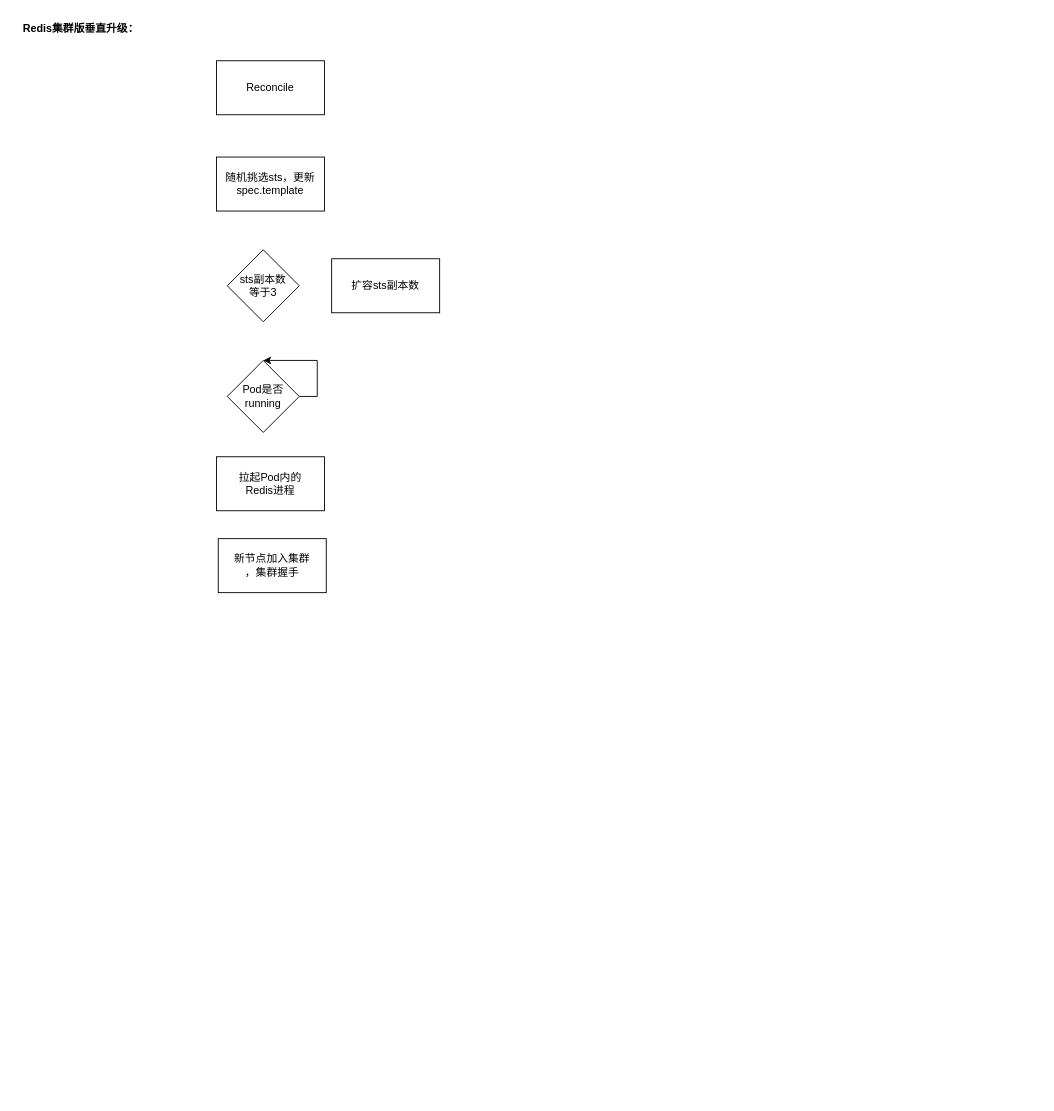
Before: diagrams/redis集群垂直升级.drawio in fengyinqiao/cloudimg, a draw.io diagram. Source tidied: cells renumbered, new cells numbered last; positions are measured from the earlier drawing's top-left corner, leaving out a move shared by most shapes. Both pictures are drawn from the tidied source at 90%, with x=0, y=0 at pixel (15, 15).
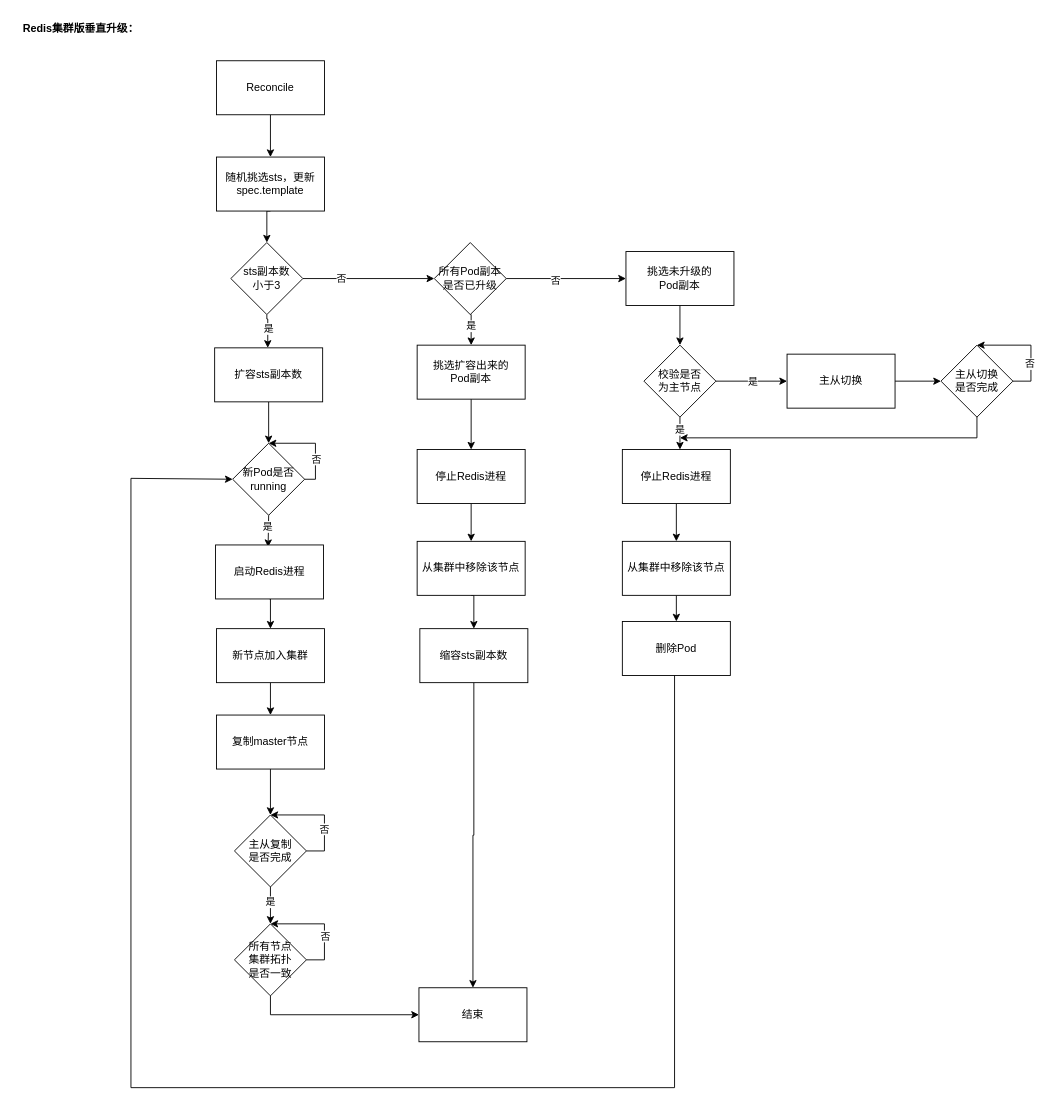
After the change.

Commit message (it also covers changes not shown here):
更新redis集群垂直升级.drawio

Unchanged cells that the change refers to:
```xml
<mxCell id="2" value="Reconcile" style="rounded=0;whiteSpace=wrap;html=1;" parent="1" vertex="1">
  <mxGeometry x="223" y="50" width="120" height="60" as="geometry" />
</mxCell>
<mxCell id="4" value="随机挑选sts，更新spec.template" style="rounded=0;whiteSpace=wrap;html=1;" parent="1" vertex="1">
  <mxGeometry x="223" y="157" width="120" height="60" as="geometry" />
</mxCell>
```

What changed in the source:
```diff
@@
+    <mxCell id="11" style="edgeStyle=orthogonalEdgeStyle;rounded=0;jettySize=auto;html=1;exitX=0.5;exitY=1;exitDx=0;exitDy=0;entryX=0.5;entryY=0;entryDx=0;entryDy=0;" parent="1" edge="1" source="2" target="4">
+      <mxGeometry relative="1" as="geometry" />
+    </mxCell>
@@
+    <mxCell id="12" style="edgeStyle=orthogonalEdgeStyle;rounded=0;jettySize=auto;html=1;exitX=0.5;exitY=1;exitDx=0;exitDy=0;entryX=0.5;entryY=0;entryDx=0;entryDy=0;" parent="1" edge="1" source="4" target="5">
+      <mxGeometry relative="1" as="geometry" />
+    </mxCell>
@@
+    <mxCell id="13" style="edgeStyle=orthogonalEdgeStyle;rounded=0;jettySize=auto;html=1;exitX=0.5;exitY=1;exitDx=0;exitDy=0;entryX=0.5;entryY=0;entryDx=0;entryDy=0;" parent="1" edge="1" source="5">
+      <mxGeometry relative="1" as="geometry">
+        <mxPoint x="280" y="369" as="targetPoint" />
+        <Array as="points">
+          <mxPoint x="279" y="337" />
+          <mxPoint x="280" y="337" />
+        </Array>
+      </mxGeometry>
+    </mxCell>
+    <mxCell id="14" value="是" style="edgeLabel;html=1;align=center;verticalAlign=middle;" parent="13" vertex="1">
+      <mxGeometry x="0.02" y="3" relative="1" as="geometry">
+        <mxPoint x="-3" y="-3" as="offset" />
+      </mxGeometry>
+    </mxCell>
+    <mxCell id="15" style="edgeStyle=orthogonalEdgeStyle;rounded=0;jettySize=auto;html=1;exitX=1;exitY=0.5;exitDx=0;exitDy=0;entryX=0;entryY=0.5;entryDx=0;entryDy=0;" parent="1" edge="1" source="5" target="27">
+      <mxGeometry relative="1" as="geometry" />
+    </mxCell>
+    <mxCell id="16" value="否" style="edgeLabel;html=1;align=center;verticalAlign=middle;" parent="15" vertex="1">
+      <mxGeometry x="-0.43" y="3" relative="1" as="geometry">
+        <mxPoint y="2" as="offset" />
+      </mxGeometry>
+    </mxCell>
-    <mxCell id="5" value="sts副本数&lt;br&gt;等于3" style="rhombus;whiteSpace=wrap;html=1;" parent="1" vertex="1">
-      <mxGeometry x="235" y="260" width="80" height="80" as="geometry" />
+    <mxCell id="5" value="sts副本数&lt;br&gt;小于3" style="rhombus;whiteSpace=wrap;html=1;" parent="1" vertex="1">
+      <mxGeometry x="239" y="252" width="80" height="80" as="geometry" />
     </mxCell>
+    <mxCell id="17" style="edgeStyle=orthogonalEdgeStyle;rounded=0;jettySize=auto;html=1;exitX=0.5;exitY=1;exitDx=0;exitDy=0;entryX=0.5;entryY=0;entryDx=0;entryDy=0;" parent="1" edge="1" source="6" target="7">
+      <mxGeometry relative="1" as="geometry" />
+    </mxCell>
     <mxCell id="6" value="扩容sts副本数" style="rounded=0;whiteSpace=wrap;html=1;" parent="1" vertex="1">
-      <mxGeometry x="351" y="270" width="120" height="60" as="geometry" />
+      <mxGeometry x="221" y="369" width="120" height="60" as="geometry" />
     </mxCell>
+    <mxCell id="18" style="edgeStyle=orthogonalEdgeStyle;rounded=0;jettySize=auto;html=1;exitX=0.5;exitY=1;exitDx=0;exitDy=0;entryX=0.428;entryY=0.04;entryDx=0;entryDy=0;entryPerimeter=0;" parent="1" edge="1" source="7">
+      <mxGeometry relative="1" as="geometry">
+        <mxPoint x="280.4" y="590.4" as="targetPoint" />
+      </mxGeometry>
+    </mxCell>
+    <mxCell id="19" value="是" style="edgeLabel;html=1;align=center;verticalAlign=middle;" parent="18" vertex="1">
+      <mxGeometry x="-0.51" y="-2" relative="1" as="geometry">
+        <mxPoint x="1" y="4" as="offset" />
+      </mxGeometry>
+    </mxCell>
-    <mxCell id="7" value="Pod是否running" style="rhombus;whiteSpace=wrap;html=1;" parent="1" vertex="1">
-      <mxGeometry x="235" y="383" width="80" height="80" as="geometry" />
+    <mxCell id="7" value="新Pod是否running" style="rhombus;whiteSpace=wrap;html=1;" parent="1" vertex="1">
+      <mxGeometry x="241" y="475" width="80" height="80" as="geometry" />
     </mxCell>
     <mxCell id="8" style="edgeStyle=orthogonalEdgeStyle;rounded=0;orthogonalLoop=1;jettySize=auto;html=1;exitX=1;exitY=0.5;exitDx=0;exitDy=0;entryX=0.5;entryY=0;entryDx=0;entryDy=0;" parent="1" edge="1" source="7" target="7">
       <mxGeometry relative="1" as="geometry">
         <Array as="points">
-          <mxPoint x="335" y="423" />
-          <mxPoint x="335" y="383" />
+          <mxPoint x="333" y="515" />
+          <mxPoint x="333" y="475" />
         </Array>
       </mxGeometry>
     </mxCell>
+    <mxCell id="20" value="否" style="edgeLabel;html=1;align=center;verticalAlign=middle;" parent="8" vertex="1">
+      <mxGeometry x="-0.33" relative="1" as="geometry" />
+    </mxCell>
+    <mxCell id="21" style="edgeStyle=orthogonalEdgeStyle;rounded=0;jettySize=auto;html=1;exitX=0.5;exitY=1;exitDx=0;exitDy=0;entryX=0.5;entryY=0;entryDx=0;entryDy=0;" parent="1" edge="1" source="9" target="10">
+      <mxGeometry relative="1" as="geometry" />
+    </mxCell>
-    <mxCell id="9" value="拉起Pod内的&lt;br&gt;Redis进程" style="rounded=0;whiteSpace=wrap;html=1;" parent="1" vertex="1">
-      <mxGeometry x="223" y="490" width="120" height="60" as="geometry" />
+    <mxCell id="9" value="启动Redis进程" style="rounded=0;whiteSpace=wrap;html=1;" parent="1" vertex="1">
+      <mxGeometry x="222" y="588" width="120" height="60" as="geometry" />
     </mxCell>
+    <mxCell id="22" style="edgeStyle=orthogonalEdgeStyle;rounded=0;jettySize=auto;html=1;exitX=0.5;exitY=1;exitDx=0;exitDy=0;entryX=0.5;entryY=0;entryDx=0;entryDy=0;" parent="1" edge="1" source="10" target="47">
+      <mxGeometry relative="1" as="geometry" />
+    </mxCell>
-    <mxCell id="10" value="新节点加入集群&lt;br&gt;，集群握手" style="rounded=0;whiteSpace=wrap;html=1;" parent="1" vertex="1">
-      <mxGeometry x="225" y="581" width="120" height="60" as="geometry" />
+    <mxCell id="10" value="新节点加入集群" style="rounded=0;whiteSpace=wrap;html=1;" parent="1" vertex="1">
+      <mxGeometry x="223" y="681" width="120" height="60" as="geometry" />
     </mxCell>
+    <mxCell id="23" style="edgeStyle=orthogonalEdgeStyle;rounded=0;jettySize=auto;html=1;exitX=0.5;exitY=1;exitDx=0;exitDy=0;entryX=0.5;entryY=0;entryDx=0;entryDy=0;" parent="1" edge="1" source="27" target="29">
+      <mxGeometry relative="1" as="geometry" />
+    </mxCell>
+    <mxCell id="24" value="是" style="edgeLabel;html=1;align=center;verticalAlign=middle;" parent="23" vertex="1">
+      <mxGeometry x="-0.51" y="2" relative="1" as="geometry">
+        <mxPoint x="-3" y="4" as="offset" />
+      </mxGeometry>
+    </mxCell>
+    <mxCell id="25" style="edgeStyle=orthogonalEdgeStyle;rounded=0;jettySize=auto;html=1;exitX=1;exitY=0.5;exitDx=0;exitDy=0;entryX=0;entryY=0.5;entryDx=0;entryDy=0;" parent="1" edge="1" source="27" target="37">
+      <mxGeometry relative="1" as="geometry" />
+    </mxCell>
+    <mxCell id="26" value="否" style="edgeLabel;html=1;align=center;verticalAlign=middle;" parent="25" vertex="1">
+      <mxGeometry x="-0.19" relative="1" as="geometry">
+        <mxPoint y="1" as="offset" />
+      </mxGeometry>
+    </mxCell>
+    <mxCell id="27" value="所有Pod副本&lt;br&gt;是否已升级" style="rhombus;whiteSpace=wrap;html=1;" parent="1" vertex="1">
+      <mxGeometry x="465" y="252" width="80" height="80" as="geometry" />
+    </mxCell>
+    <mxCell id="28" style="edgeStyle=orthogonalEdgeStyle;rounded=0;jettySize=auto;html=1;exitX=0.5;exitY=1;exitDx=0;exitDy=0;entryX=0.5;entryY=0;entryDx=0;entryDy=0;" parent="1" edge="1" source="29" target="31">
+      <mxGeometry relative="1" as="geometry" />
+    </mxCell>
+    <mxCell id="29" value="挑选扩容出来的&lt;br&gt;Pod副本" style="rounded=0;whiteSpace=wrap;html=1;" parent="1" vertex="1">
+      <mxGeometry x="446" y="366" width="120" height="60" as="geometry" />
+    </mxCell>
+    <mxCell id="30" style="edgeStyle=orthogonalEdgeStyle;rounded=0;jettySize=auto;html=1;exitX=0.5;exitY=1;exitDx=0;exitDy=0;" parent="1" edge="1" source="31" target="33">
+      <mxGeometry relative="1" as="geometry" />
+    </mxCell>
+    <mxCell id="31" value="停止Redis进程" style="rounded=0;whiteSpace=wrap;html=1;" parent="1" vertex="1">
+      <mxGeometry x="446" y="482" width="120" height="60" as="geometry" />
+    </mxCell>
+    <mxCell id="32" style="edgeStyle=orthogonalEdgeStyle;rounded=0;jettySize=auto;html=1;exitX=0.5;exitY=1;exitDx=0;exitDy=0;entryX=0.5;entryY=0;entryDx=0;entryDy=0;" parent="1" edge="1" source="33" target="35">
+      <mxGeometry relative="1" as="geometry" />
+    </mxCell>
+    <mxCell id="33" value="从集群中移除该节点" style="rounded=0;whiteSpace=wrap;html=1;" parent="1" vertex="1">
+      <mxGeometry x="446" y="584" width="120" height="60" as="geometry" />
+    </mxCell>
+    <mxCell id="34" style="edgeStyle=orthogonalEdgeStyle;rounded=0;jettySize=auto;html=1;exitX=0.5;exitY=1;exitDx=0;exitDy=0;" parent="1" edge="1" source="35" target="66">
+      <mxGeometry relative="1" as="geometry" />
+    </mxCell>
+    <mxCell id="35" value="缩容sts副本数" style="rounded=0;whiteSpace=wrap;html=1;" parent="1" vertex="1">
+      <mxGeometry x="449" y="681" width="120" height="60" as="geometry" />
+    </mxCell>
+    <mxCell id="36" style="edgeStyle=orthogonalEdgeStyle;rounded=0;jettySize=auto;html=1;exitX=0.5;exitY=1;exitDx=0;exitDy=0;entryX=0.5;entryY=0;entryDx=0;entryDy=0;" parent="1" edge="1" source="37" target="55">
+      <mxGeometry relative="1" as="geometry" />
+    </mxCell>
+    <mxCell id="37" value="挑选未升级的&lt;br&gt;Pod副本" style="rounded=0;whiteSpace=wrap;html=1;" parent="1" vertex="1">
+      <mxGeometry x="678" y="262" width="120" height="60" as="geometry" />
+    </mxCell>
+    <mxCell id="38" style="edgeStyle=orthogonalEdgeStyle;rounded=0;jettySize=auto;html=1;exitX=1;exitY=0.5;exitDx=0;exitDy=0;entryX=0;entryY=0.5;entryDx=0;entryDy=0;" parent="1" edge="1" source="39" target="59">
+      <mxGeometry relative="1" as="geometry" />
+    </mxCell>
+    <mxCell id="39" value="主从切换" style="rounded=0;whiteSpace=wrap;html=1;" parent="1" vertex="1">
+      <mxGeometry x="857" y="376" width="120" height="60" as="geometry" />
+    </mxCell>
+    <mxCell id="40" style="edgeStyle=orthogonalEdgeStyle;rounded=0;jettySize=auto;html=1;exitX=0.5;exitY=1;exitDx=0;exitDy=0;entryX=0.5;entryY=0;entryDx=0;entryDy=0;" parent="1" edge="1" source="41" target="43">
+      <mxGeometry relative="1" as="geometry" />
+    </mxCell>
+    <mxCell id="41" value="停止Redis进程" style="rounded=0;whiteSpace=wrap;html=1;" parent="1" vertex="1">
+      <mxGeometry x="674" y="482" width="120" height="60" as="geometry" />
+    </mxCell>
+    <mxCell id="42" style="edgeStyle=orthogonalEdgeStyle;rounded=0;jettySize=auto;html=1;exitX=0.5;exitY=1;exitDx=0;exitDy=0;entryX=0.5;entryY=0;entryDx=0;entryDy=0;" parent="1" edge="1" source="43" target="45">
+      <mxGeometry relative="1" as="geometry" />
+    </mxCell>
+    <mxCell id="43" value="从集群中移除该节点" style="rounded=0;whiteSpace=wrap;html=1;" parent="1" vertex="1">
+      <mxGeometry x="674" y="584" width="120" height="60" as="geometry" />
+    </mxCell>
+    <mxCell id="44" style="edgeStyle=orthogonalEdgeStyle;rounded=0;jettySize=auto;html=1;exitX=0.5;exitY=1;exitDx=0;exitDy=0;entryX=0;entryY=0.5;entryDx=0;entryDy=0;" parent="1" edge="1" target="7">
+      <mxGeometry relative="1" as="geometry">
+        <mxPoint x="732" y="732" as="sourcePoint" />
+        <Array as="points">
+          <mxPoint x="732" y="1191" />
+          <mxPoint x="128" y="1191" />
+          <mxPoint x="128" y="514" />
+        </Array>
+      </mxGeometry>
+    </mxCell>
+    <mxCell id="45" value="删除Pod" style="rounded=0;whiteSpace=wrap;html=1;" parent="1" vertex="1">
+      <mxGeometry x="674" y="673" width="120" height="60" as="geometry" />
+    </mxCell>
+    <mxCell id="46" style="edgeStyle=orthogonalEdgeStyle;rounded=0;jettySize=auto;html=1;exitX=0.5;exitY=1;exitDx=0;exitDy=0;entryX=0.5;entryY=0;entryDx=0;entryDy=0;" parent="1" edge="1" source="47" target="50">
+      <mxGeometry relative="1" as="geometry" />
+    </mxCell>
+    <mxCell id="47" value="复制master节点" style="rounded=0;whiteSpace=wrap;html=1;" parent="1" vertex="1">
+      <mxGeometry x="223" y="777" width="120" height="60" as="geometry" />
+    </mxCell>
+    <mxCell id="48" style="edgeStyle=orthogonalEdgeStyle;rounded=0;jettySize=auto;html=1;exitX=0.5;exitY=1;exitDx=0;exitDy=0;entryX=0.5;entryY=0;entryDx=0;entryDy=0;" parent="1" edge="1" source="50" target="63">
+      <mxGeometry relative="1" as="geometry" />
+    </mxCell>
+    <mxCell id="49" value="是" style="edgeLabel;html=1;align=center;verticalAlign=middle;" parent="48" vertex="1">
+      <mxGeometry x="-0.49" y="-1" relative="1" as="geometry">
+        <mxPoint y="6" as="offset" />
+      </mxGeometry>
+    </mxCell>
+    <mxCell id="50" value="主从复制&lt;br&gt;是否完成" style="rhombus;whiteSpace=wrap;html=1;" parent="1" vertex="1">
+      <mxGeometry x="243" y="888" width="80" height="80" as="geometry" />
+    </mxCell>
+    <mxCell id="51" style="edgeStyle=orthogonalEdgeStyle;rounded=0;orthogonalLoop=1;jettySize=auto;html=1;exitX=1;exitY=0.5;exitDx=0;exitDy=0;entryX=0.5;entryY=0;entryDx=0;entryDy=0;" parent="1" edge="1" source="50" target="50">
+      <mxGeometry relative="1" as="geometry">
+        <Array as="points">
+          <mxPoint x="343" y="928" />
+          <mxPoint x="343" y="888" />
+        </Array>
+      </mxGeometry>
+    </mxCell>
+    <mxCell id="52" value="否" style="edgeLabel;html=1;align=center;verticalAlign=middle;" parent="51" vertex="1">
+      <mxGeometry x="-0.24" y="1" relative="1" as="geometry">
+        <mxPoint y="1" as="offset" />
+      </mxGeometry>
+    </mxCell>
+    <mxCell id="53" style="edgeStyle=orthogonalEdgeStyle;rounded=0;jettySize=auto;html=1;exitX=0.5;exitY=1;exitDx=0;exitDy=0;" parent="1" edge="1" source="55" target="41">
+      <mxGeometry relative="1" as="geometry">
+        <Array as="points">
+          <mxPoint x="738" y="474" />
+          <mxPoint x="738" y="474" />
+        </Array>
+      </mxGeometry>
+    </mxCell>
+    <mxCell id="54" value="是" style="edgeLabel;html=1;align=center;verticalAlign=middle;" parent="53" vertex="1">
+      <mxGeometry x="-0.07" y="-3" relative="1" as="geometry">
+        <mxPoint x="2" y="-4" as="offset" />
+      </mxGeometry>
+    </mxCell>
+    <mxCell id="55" value="校验是否&lt;br&gt;为主节点" style="rhombus;whiteSpace=wrap;html=1;" parent="1" vertex="1">
+      <mxGeometry x="698" y="366" width="80" height="80" as="geometry" />
+    </mxCell>
+    <mxCell id="56" style="edgeStyle=orthogonalEdgeStyle;rounded=0;jettySize=auto;html=1;exitX=1;exitY=0.5;exitDx=0;exitDy=0;entryX=0;entryY=0.5;entryDx=0;entryDy=0;" parent="1" edge="1" source="55" target="39">
+      <mxGeometry relative="1" as="geometry">
+        <Array as="points">
+          <mxPoint x="852" y="406" />
+        </Array>
+      </mxGeometry>
+    </mxCell>
+    <mxCell id="57" value="是" style="edgeLabel;html=1;align=center;verticalAlign=middle;" parent="56" vertex="1">
+      <mxGeometry x="0.01" y="-2" relative="1" as="geometry">
+        <mxPoint y="-2" as="offset" />
+      </mxGeometry>
+    </mxCell>
+    <mxCell id="58" style="edgeStyle=orthogonalEdgeStyle;rounded=0;orthogonalLoop=1;jettySize=auto;html=1;exitX=0.5;exitY=1;exitDx=0;exitDy=0;" parent="1" edge="1">
+      <mxGeometry relative="1" as="geometry">
+        <mxPoint x="1068" y="442" as="sourcePoint" />
+        <mxPoint x="738" y="469" as="targetPoint" />
+        <Array as="points">
+          <mxPoint x="1068" y="469" />
+        </Array>
+      </mxGeometry>
+    </mxCell>
+    <mxCell id="59" value="主从切换&lt;br&gt;是否完成" style="rhombus;whiteSpace=wrap;html=1;" parent="1" vertex="1">
+      <mxGeometry x="1028" y="366" width="80" height="80" as="geometry" />
+    </mxCell>
+    <mxCell id="60" style="edgeStyle=orthogonalEdgeStyle;rounded=0;orthogonalLoop=1;jettySize=auto;html=1;exitX=1;exitY=0.5;exitDx=0;exitDy=0;entryX=0.5;entryY=0;entryDx=0;entryDy=0;" parent="1" edge="1" source="59" target="59">
+      <mxGeometry relative="1" as="geometry">
+        <Array as="points">
+          <mxPoint x="1128" y="406" />
+          <mxPoint x="1128" y="366" />
+        </Array>
+      </mxGeometry>
+    </mxCell>
+    <mxCell id="61" value="否" style="edgeLabel;html=1;align=center;verticalAlign=middle;" parent="60" vertex="1">
+      <mxGeometry x="-0.31" y="-2" relative="1" as="geometry">
+        <mxPoint x="-4" y="1" as="offset" />
+      </mxGeometry>
+    </mxCell>
+    <mxCell id="62" style="edgeStyle=orthogonalEdgeStyle;rounded=0;jettySize=auto;html=1;exitX=0.5;exitY=1;exitDx=0;exitDy=0;entryX=0;entryY=0.5;entryDx=0;entryDy=0;" parent="1" edge="1" source="63" target="66">
+      <mxGeometry relative="1" as="geometry" />
+    </mxCell>
+    <mxCell id="63" value="所有节点&lt;br&gt;集群拓扑&lt;br&gt;是否一致" style="rhombus;whiteSpace=wrap;html=1;" parent="1" vertex="1">
+      <mxGeometry x="243" y="1009" width="80" height="80" as="geometry" />
+    </mxCell>
+    <mxCell id="64" style="edgeStyle=orthogonalEdgeStyle;rounded=0;orthogonalLoop=1;jettySize=auto;html=1;exitX=1;exitY=0.5;exitDx=0;exitDy=0;entryX=0.5;entryY=0;entryDx=0;entryDy=0;" parent="1" edge="1" source="63" target="63">
+      <mxGeometry relative="1" as="geometry">
+        <Array as="points">
+          <mxPoint x="343" y="1049" />
+          <mxPoint x="343" y="1009" />
+        </Array>
+      </mxGeometry>
+    </mxCell>
+    <mxCell id="65" value="否" style="edgeLabel;html=1;align=center;verticalAlign=middle;" parent="64" vertex="1">
+      <mxGeometry x="-0.24" relative="1" as="geometry">
+        <mxPoint y="-1" as="offset" />
+      </mxGeometry>
+    </mxCell>
+    <mxCell id="66" value="结束" style="rounded=0;whiteSpace=wrap;html=1;" parent="1" vertex="1">
+      <mxGeometry x="448" y="1080" width="120" height="60" as="geometry" />
+    </mxCell>
```
